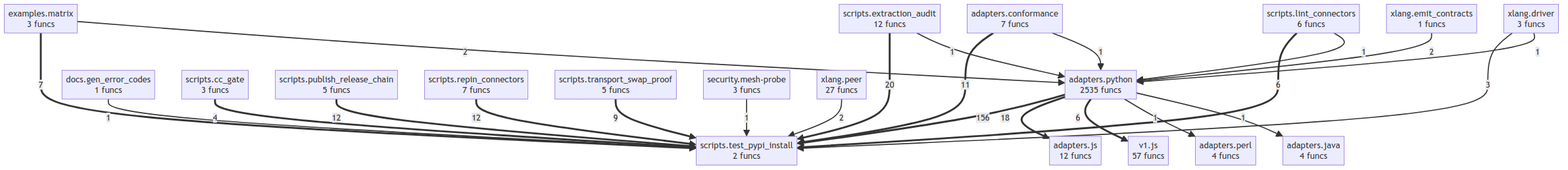
This is project/compact_flow.png from if-uri/urirun, a Mermaid export, as it was before one commit. Its source is kept beside it as project/compact_flow.mmd.
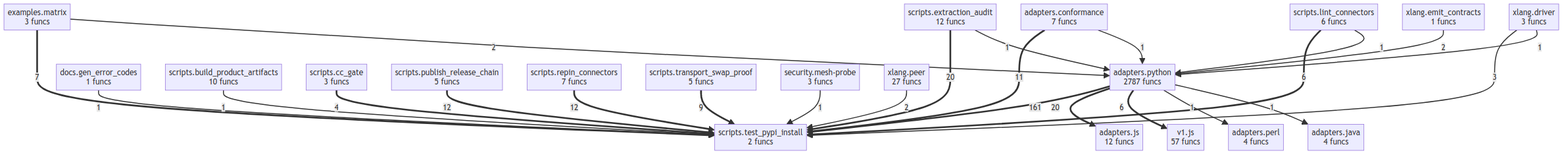
Later version of the same file.

Change to the diagram source:
```diff
@@ -3,9 +3,10 @@
     adapters__java["adapters.java<br/>4 funcs"]
     adapters__js["adapters.js<br/>12 funcs"]
     adapters__perl["adapters.perl<br/>4 funcs"]
-    adapters__python["adapters.python<br/>2535 funcs"]
+    adapters__python["adapters.python<br/>2787 funcs"]
     docs__gen_error_codes["docs.gen_error_codes<br/>1 funcs"]
     examples__matrix["examples.matrix<br/>3 funcs"]
+    scripts__build_product_artifacts["scripts.build_product_artifacts<br/>10 funcs"]
     scripts__cc_gate["scripts.cc_gate<br/>3 funcs"]
     scripts__extraction_audit["scripts.extraction_audit<br/>12 funcs"]
     scripts__lint_connectors["scripts.lint_connectors<br/>6 funcs"]
@@ -18,9 +19,9 @@
     xlang__driver["xlang.driver<br/>3 funcs"]
     xlang__emit_contracts["xlang.emit_contracts<br/>1 funcs"]
     xlang__peer["xlang.peer<br/>27 funcs"]
-    adapters__python ==>|156| scripts__test_pypi_install
+    adapters__python ==>|161| scripts__test_pypi_install
     scripts__extraction_audit ==>|20| scripts__test_pypi_install
-    adapters__python ==>|18| adapters__js
+    adapters__python ==>|20| adapters__js
     scripts__publish_release_chain ==>|12| scripts__test_pypi_install
     scripts__repin_connectors ==>|12| scripts__test_pypi_install
     adapters__conformance ==>|11| scripts__test_pypi_install
@@ -39,5 +40,6 @@
     scripts__extraction_audit -->|1| adapters__python
     adapters__conformance -->|1| adapters__python
     adapters__python -->|1| adapters__perl
+    xlang__driver -->|1| adapters__python
+    scripts__build_product_artifacts -->|1| scripts__test_pypi_install
     adapters__python -->|1| adapters__java
-    xlang__driver -->|1| adapters__python
```
